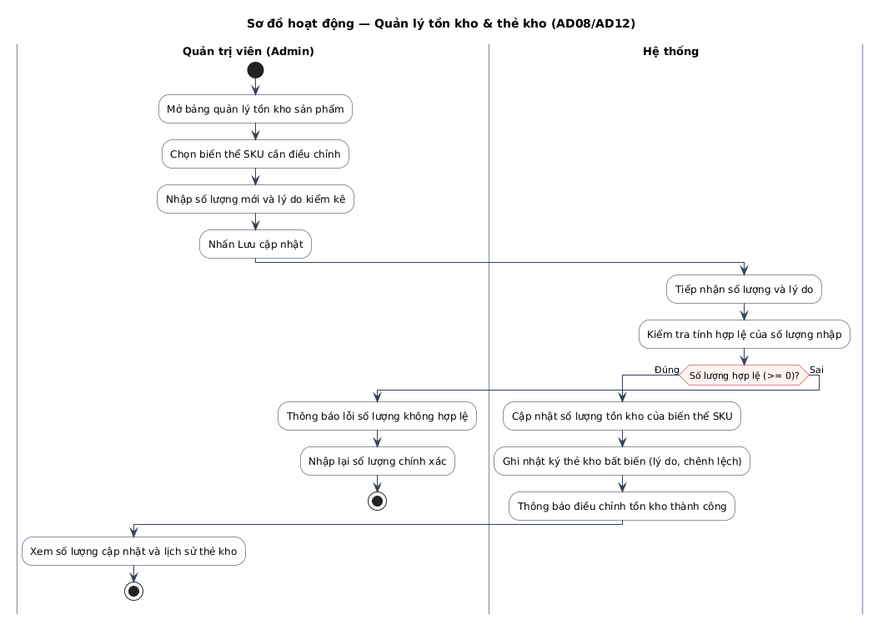
Before: docs/diagrams/activity/AD08_QUAN_LY_TON_KHO.png, a diagram exported from PlantUML (dungtttd01702-coder/vamos-store). The source it was exported from:
```plantuml
@startuml
title Sơ đồ hoạt động — Quản lý tồn kho & thẻ kho (AD08/AD12)

skinparam defaultFontName "Arial"
skinparam defaultFontSize 12
skinparam ActivityFontSize 12
skinparam ActivityBorderColor #1e293b
skinparam ActivityBackgroundColor #ffffff
skinparam ActivityDiamondBorderColor #b91c1c
skinparam ActivityDiamondBackgroundColor #fef2f2
skinparam ActivityDiamondFontSize 11
skinparam ArrowColor #334155
skinparam ArrowFontSize 11
skinparam SwimlaneTitleFontSize 13
skinparam SwimlaneTitleFontStyle bold
skinparam SwimlaneBorderColor #94a3b8
skinparam SwimlaneWidth same

|Quản trị viên (Admin)|
start
:Mở bảng quản lý tồn kho sản phẩm;
:Chọn biến thể SKU cần điều chỉnh;
:Nhập số lượng mới và lý do kiểm kê;
:Nhấn Lưu cập nhật;

|Hệ thống|
:Tiếp nhận số lượng và lý do;
:Kiểm tra tính hợp lệ của số lượng nhập;
if (Số lượng hợp lệ (>= 0)?) then (Đúng)
  :Cập nhật số lượng tồn kho của biến thể SKU;
  :Ghi nhật ký thẻ kho bất biến (lý do, chênh lệch);
  :Thông báo điều chỉnh tồn kho thành công;
  |Quản trị viên (Admin)|
  :Xem số lượng cập nhật và lịch sử thẻ kho;
  stop
else (Sai)
  :Thông báo lỗi số lượng không hợp lệ;
  |Quản trị viên (Admin)|
  :Nhập lại số lượng chính xác;
  stop
endif
@enduml
```
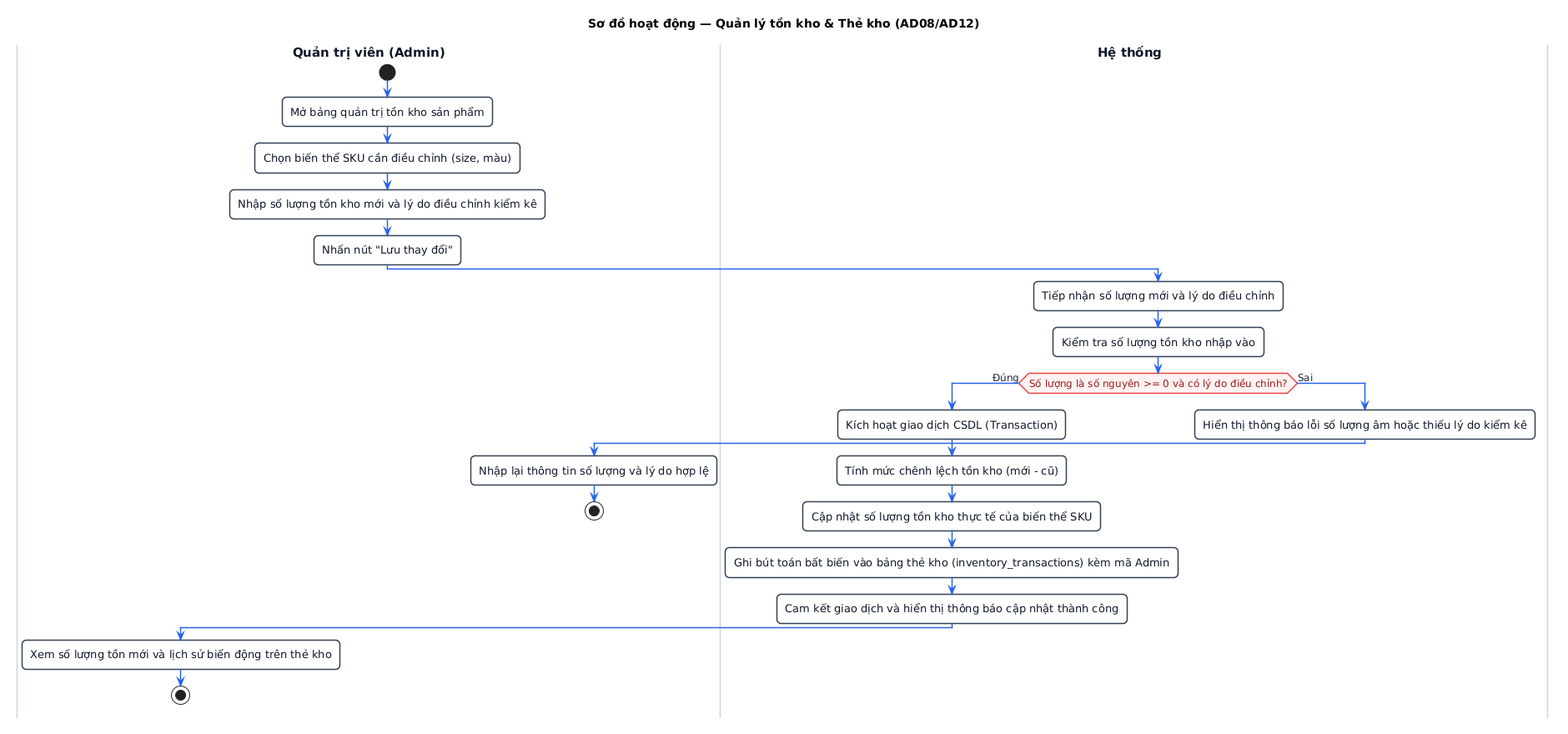
Above is the later version.

The edit, as a diff of the source:
```diff
@@ -1,42 +1,61 @@
 @startuml
-title Sơ đồ hoạt động — Quản lý tồn kho & thẻ kho (AD08/AD12)
+title Sơ đồ hoạt động — Quản lý tồn kho & Thẻ kho (AD08/AD12)
 
-skinparam defaultFontName "Arial"
-skinparam defaultFontSize 12
-skinparam ActivityFontSize 12
-skinparam ActivityBorderColor #1e293b
+skinparam defaultFontName "Segoe UI, Arial, sans-serif"
+skinparam defaultFontSize 13
+skinparam roundCorner 10
+skinparam shadowing false
+
+skinparam ActivityFontSize 13
+skinparam ActivityFontColor #0f172a
+skinparam ActivityBorderColor #334155
+skinparam ActivityBorderThickness 1.5
 skinparam ActivityBackgroundColor #ffffff
-skinparam ActivityDiamondBorderColor #b91c1c
+
+skinparam ActivityDiamondFontSize 12
+skinparam ActivityDiamondFontColor #991b1b
+skinparam ActivityDiamondBorderColor #ef4444
+skinparam ActivityDiamondBorderThickness 1.5
 skinparam ActivityDiamondBackgroundColor #fef2f2
-skinparam ActivityDiamondFontSize 11
-skinparam ArrowColor #334155
-skinparam ArrowFontSize 11
-skinparam SwimlaneTitleFontSize 13
+
+skinparam ArrowColor #2563eb
+skinparam ArrowFontSize 12
+skinparam ArrowFontColor #1e293b
+skinparam ArrowThickness 1.5
+
+skinparam SwimlaneTitleFontSize 15
 skinparam SwimlaneTitleFontStyle bold
-skinparam SwimlaneBorderColor #94a3b8
-skinparam SwimlaneWidth same
+skinparam SwimlaneTitleFontColor #0f172a
+skinparam SwimlaneBorderColor #cbd5e1
+skinparam SwimlaneBorderThickness 1.5
+skinparam SwimlaneWidth 380
 
 |Quản trị viên (Admin)|
 start
-:Mở bảng quản lý tồn kho sản phẩm;
-:Chọn biến thể SKU cần điều chỉnh;
-:Nhập số lượng mới và lý do kiểm kê;
-:Nhấn Lưu cập nhật;
+:Mở bảng quản trị tồn kho sản phẩm;
+:Chọn biến thể SKU cần điều chỉnh (size, màu);
+:Nhập số lượng tồn kho mới và lý do điều chỉnh kiểm kê;
+:Nhấn nút "Lưu thay đổi";
 
 |Hệ thống|
-:Tiếp nhận số lượng và lý do;
-:Kiểm tra tính hợp lệ của số lượng nhập;
-if (Số lượng hợp lệ (>= 0)?) then (Đúng)
-  :Cập nhật số lượng tồn kho của biến thể SKU;
-  :Ghi nhật ký thẻ kho bất biến (lý do, chênh lệch);
-  :Thông báo điều chỉnh tồn kho thành công;
+:Tiếp nhận số lượng mới và lý do điều chỉnh;
+:Kiểm tra số lượng tồn kho nhập vào;
+
+if (Số lượng là số nguyên >= 0 và có lý do điều chỉnh?) then (Đúng)
+  |Hệ thống|
+  :Kích hoạt giao dịch CSDL (Transaction);
+  :Tính mức chênh lệch tồn kho (mới - cũ);
+  :Cập nhật số lượng tồn kho thực tế của biến thể SKU;
+  :Ghi bút toán bất biến vào bảng thẻ kho (inventory_transactions) kèm mã Admin;
+  :Cam kết giao dịch và hiển thị thông báo cập nhật thành công;
   |Quản trị viên (Admin)|
-  :Xem số lượng cập nhật và lịch sử thẻ kho;
+  :Xem số lượng tồn mới và lịch sử biến động trên thẻ kho;
   stop
 else (Sai)
-  :Thông báo lỗi số lượng không hợp lệ;
+  |Hệ thống|
+  :Hiển thị thông báo lỗi số lượng âm hoặc thiếu lý do kiểm kê;
   |Quản trị viên (Admin)|
-  :Nhập lại số lượng chính xác;
+  :Nhập lại thông tin số lượng và lý do hợp lệ;
   stop
 endif
 @enduml
```
